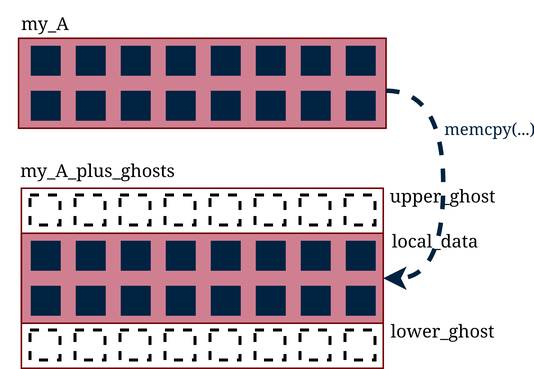
Above: docs/drawings/hpc-proj-A_plus_ghosts.drawio.png in chirichexe/hpc-project (draw.io), before the change. Source tidied: cells renumbered, new cells last; positions are measured from the earlier drawing's top-left corner, leaving out a move shared by most shapes. Its diagram source:
```xml
<mxGraphModel>
  <root>
    <mxCell id="0" />
    <mxCell id="1" parent="0" />
    <mxCell id="2" style="rounded=0;whiteSpace=wrap;html=1;fillColor=#a20025;strokeColor=#6F0000;fontColor=#ffffff;fillOpacity=50;" parent="1" vertex="1">
      <mxGeometry x="13.8" y="155" width="241.2" height="60" as="geometry" />
    </mxCell>
    <mxCell id="3" style="rounded=0;whiteSpace=wrap;html=1;fillColor=#a20025;strokeColor=#6F0000;fontColor=#ffffff;fillOpacity=50;" parent="1" vertex="1">
      <mxGeometry x="11.9" y="25" width="245" height="60" as="geometry" />
    </mxCell>
    <mxCell id="4" style="rounded=0;whiteSpace=wrap;html=1;fillColor=none;strokeColor=#6F0000;fontColor=#ffffff;" parent="1" vertex="1">
      <mxGeometry x="13.8" y="125" width="241.2" height="120" as="geometry" />
    </mxCell>
    <mxCell id="5" style="whiteSpace=wrap;html=1;fillColor=#002341;fontColor=#ffffff;strokeColor=none;" parent="1" vertex="1">
      <mxGeometry x="20" y="30" width="20" height="20" as="geometry" />
    </mxCell>
    <mxCell id="6" style="whiteSpace=wrap;html=1;fillColor=#002341;fontColor=#ffffff;strokeColor=none;" parent="1" vertex="1">
      <mxGeometry x="50" y="30" width="20" height="20" as="geometry" />
    </mxCell>
    <mxCell id="7" style="whiteSpace=wrap;html=1;fillColor=#002341;fontColor=#ffffff;strokeColor=none;" parent="1" vertex="1">
      <mxGeometry x="110" y="30" width="20" height="20" as="geometry" />
    </mxCell>
    <mxCell id="8" style="whiteSpace=wrap;html=1;fillColor=#002341;fontColor=#ffffff;strokeColor=none;" parent="1" vertex="1">
      <mxGeometry x="80" y="30" width="20" height="20" as="geometry" />
    </mxCell>
    <mxCell id="9" style="whiteSpace=wrap;html=1;fillColor=#002341;fontColor=#ffffff;strokeColor=none;" parent="1" vertex="1">
      <mxGeometry x="140" y="30" width="20" height="20" as="geometry" />
    </mxCell>
    <mxCell id="10" style="whiteSpace=wrap;html=1;fillColor=#002341;fontColor=#ffffff;strokeColor=none;" parent="1" vertex="1">
      <mxGeometry x="170" y="30" width="20" height="20" as="geometry" />
    </mxCell>
    <mxCell id="11" style="whiteSpace=wrap;html=1;fillColor=#002341;fontColor=#ffffff;strokeColor=none;" parent="1" vertex="1">
      <mxGeometry x="230" y="30" width="20" height="20" as="geometry" />
    </mxCell>
    <mxCell id="12" style="whiteSpace=wrap;html=1;fillColor=#002341;fontColor=#ffffff;strokeColor=none;" parent="1" vertex="1">
      <mxGeometry x="200" y="30" width="20" height="20" as="geometry" />
    </mxCell>
    <mxCell id="13" style="whiteSpace=wrap;html=1;fillColor=#002341;fontColor=#ffffff;strokeColor=none;" parent="1" vertex="1">
      <mxGeometry x="20" y="60" width="20" height="20" as="geometry" />
    </mxCell>
    <mxCell id="14" style="whiteSpace=wrap;html=1;fillColor=#002341;fontColor=#ffffff;strokeColor=none;" parent="1" vertex="1">
      <mxGeometry x="50" y="60" width="20" height="20" as="geometry" />
    </mxCell>
    <mxCell id="15" style="whiteSpace=wrap;html=1;fillColor=#002341;fontColor=#ffffff;strokeColor=none;" parent="1" vertex="1">
      <mxGeometry x="110" y="60" width="20" height="20" as="geometry" />
    </mxCell>
    <mxCell id="16" style="whiteSpace=wrap;html=1;fillColor=#002341;fontColor=#ffffff;strokeColor=none;" parent="1" vertex="1">
      <mxGeometry x="80" y="60" width="20" height="20" as="geometry" />
    </mxCell>
    <mxCell id="17" style="whiteSpace=wrap;html=1;fillColor=#002341;fontColor=#ffffff;strokeColor=none;" parent="1" vertex="1">
      <mxGeometry x="140" y="60" width="20" height="20" as="geometry" />
    </mxCell>
    <mxCell id="18" style="whiteSpace=wrap;html=1;fillColor=#002341;fontColor=#ffffff;strokeColor=none;" parent="1" vertex="1">
      <mxGeometry x="170" y="60" width="20" height="20" as="geometry" />
    </mxCell>
    <mxCell id="19" style="whiteSpace=wrap;html=1;fillColor=#002341;fontColor=#ffffff;strokeColor=none;" parent="1" vertex="1">
      <mxGeometry x="230" y="60" width="20" height="20" as="geometry" />
    </mxCell>
    <mxCell id="20" style="whiteSpace=wrap;html=1;fillColor=#002341;fontColor=#ffffff;strokeColor=none;" parent="1" vertex="1">
      <mxGeometry x="200" y="60" width="20" height="20" as="geometry" />
    </mxCell>
    <mxCell id="21" style="whiteSpace=wrap;html=1;fillColor=#002341;fontColor=#ffffff;strokeColor=none;" parent="1" vertex="1">
      <mxGeometry x="20" y="160" width="20" height="20" as="geometry" />
    </mxCell>
    <mxCell id="22" style="whiteSpace=wrap;html=1;fillColor=#002341;fontColor=#ffffff;strokeColor=none;" parent="1" vertex="1">
      <mxGeometry x="50" y="160" width="20" height="20" as="geometry" />
    </mxCell>
    <mxCell id="23" style="whiteSpace=wrap;html=1;fillColor=#002341;fontColor=#ffffff;strokeColor=none;" parent="1" vertex="1">
      <mxGeometry x="110" y="160" width="20" height="20" as="geometry" />
    </mxCell>
    <mxCell id="24" style="whiteSpace=wrap;html=1;fillColor=#002341;fontColor=#ffffff;strokeColor=none;" parent="1" vertex="1">
      <mxGeometry x="80" y="160" width="20" height="20" as="geometry" />
    </mxCell>
    <mxCell id="25" style="whiteSpace=wrap;html=1;fillColor=#002341;fontColor=#ffffff;strokeColor=none;" parent="1" vertex="1">
      <mxGeometry x="140" y="160" width="20" height="20" as="geometry" />
    </mxCell>
    <mxCell id="26" style="whiteSpace=wrap;html=1;fillColor=#002341;fontColor=#ffffff;strokeColor=none;" parent="1" vertex="1">
      <mxGeometry x="170" y="160" width="20" height="20" as="geometry" />
    </mxCell>
    <mxCell id="27" style="whiteSpace=wrap;html=1;fillColor=#002341;fontColor=#ffffff;strokeColor=none;" parent="1" vertex="1">
      <mxGeometry x="230" y="160" width="20" height="20" as="geometry" />
    </mxCell>
    <mxCell id="28" style="whiteSpace=wrap;html=1;fillColor=#002341;fontColor=#ffffff;strokeColor=none;" parent="1" vertex="1">
      <mxGeometry x="200" y="160" width="20" height="20" as="geometry" />
    </mxCell>
    <mxCell id="29" style="whiteSpace=wrap;html=1;fillColor=#002341;fontColor=#ffffff;strokeColor=none;" parent="1" vertex="1">
      <mxGeometry x="20" y="190" width="20" height="20" as="geometry" />
    </mxCell>
    <mxCell id="30" style="whiteSpace=wrap;html=1;fillColor=#002341;fontColor=#ffffff;strokeColor=none;" parent="1" vertex="1">
      <mxGeometry x="50" y="190" width="20" height="20" as="geometry" />
    </mxCell>
    <mxCell id="31" style="whiteSpace=wrap;html=1;fillColor=#002341;fontColor=#ffffff;strokeColor=none;" parent="1" vertex="1">
      <mxGeometry x="110" y="190" width="20" height="20" as="geometry" />
    </mxCell>
    <mxCell id="32" style="whiteSpace=wrap;html=1;fillColor=#002341;fontColor=#ffffff;strokeColor=none;" parent="1" vertex="1">
      <mxGeometry x="80" y="190" width="20" height="20" as="geometry" />
    </mxCell>
    <mxCell id="33" style="whiteSpace=wrap;html=1;fillColor=#002341;fontColor=#ffffff;strokeColor=none;" parent="1" vertex="1">
      <mxGeometry x="140" y="190" width="20" height="20" as="geometry" />
    </mxCell>
    <mxCell id="34" style="whiteSpace=wrap;html=1;fillColor=#002341;fontColor=#ffffff;strokeColor=none;" parent="1" vertex="1">
      <mxGeometry x="170" y="190" width="20" height="20" as="geometry" />
    </mxCell>
    <mxCell id="35" style="whiteSpace=wrap;html=1;fillColor=#002341;fontColor=#ffffff;strokeColor=none;" parent="1" vertex="1">
      <mxGeometry x="230" y="190" width="20" height="20" as="geometry" />
    </mxCell>
    <mxCell id="36" style="whiteSpace=wrap;html=1;fillColor=#002341;fontColor=#ffffff;strokeColor=none;" parent="1" vertex="1">
      <mxGeometry x="200" y="190" width="20" height="20" as="geometry" />
    </mxCell>
    <mxCell id="37" style="whiteSpace=wrap;html=1;fillColor=none;fontColor=#ffffff;strokeColor=default;strokeWidth=2;dashed=1;" parent="1" vertex="1">
      <mxGeometry x="20" y="130" width="20" height="20" as="geometry" />
    </mxCell>
    <mxCell id="38" style="whiteSpace=wrap;html=1;fillColor=none;fontColor=#ffffff;strokeColor=default;strokeWidth=2;dashed=1;" parent="1" vertex="1">
      <mxGeometry x="50" y="130" width="20" height="20" as="geometry" />
    </mxCell>
    <mxCell id="39" style="whiteSpace=wrap;html=1;fillColor=none;fontColor=#ffffff;strokeColor=default;strokeWidth=2;dashed=1;" parent="1" vertex="1">
      <mxGeometry x="110" y="130" width="20" height="20" as="geometry" />
    </mxCell>
    <mxCell id="40" style="whiteSpace=wrap;html=1;fillColor=none;fontColor=#ffffff;strokeColor=default;strokeWidth=2;dashed=1;" parent="1" vertex="1">
      <mxGeometry x="80" y="130" width="20" height="20" as="geometry" />
    </mxCell>
    <mxCell id="41" style="whiteSpace=wrap;html=1;fillColor=none;fontColor=#ffffff;strokeColor=default;strokeWidth=2;dashed=1;" parent="1" vertex="1">
      <mxGeometry x="140" y="130" width="20" height="20" as="geometry" />
    </mxCell>
    <mxCell id="42" style="whiteSpace=wrap;html=1;fillColor=none;fontColor=#ffffff;strokeColor=default;strokeWidth=2;dashed=1;" parent="1" vertex="1">
      <mxGeometry x="170" y="130" width="20" height="20" as="geometry" />
    </mxCell>
    <mxCell id="43" style="whiteSpace=wrap;html=1;fillColor=none;fontColor=#ffffff;strokeColor=default;strokeWidth=2;dashed=1;" parent="1" vertex="1">
      <mxGeometry x="230" y="130" width="20" height="20" as="geometry" />
    </mxCell>
    <mxCell id="44" style="whiteSpace=wrap;html=1;fillColor=none;fontColor=#ffffff;strokeColor=default;strokeWidth=2;dashed=1;" parent="1" vertex="1">
      <mxGeometry x="200" y="130" width="20" height="20" as="geometry" />
    </mxCell>
    <mxCell id="45" style="whiteSpace=wrap;html=1;fillColor=none;fontColor=#ffffff;strokeColor=default;strokeWidth=2;dashed=1;" parent="1" vertex="1">
      <mxGeometry x="20" y="220" width="20" height="20" as="geometry" />
    </mxCell>
    <mxCell id="46" style="whiteSpace=wrap;html=1;fillColor=none;fontColor=#ffffff;strokeColor=default;strokeWidth=2;dashed=1;" parent="1" vertex="1">
      <mxGeometry x="50" y="220" width="20" height="20" as="geometry" />
    </mxCell>
    <mxCell id="47" style="whiteSpace=wrap;html=1;fillColor=none;fontColor=#ffffff;strokeColor=default;strokeWidth=2;dashed=1;" parent="1" vertex="1">
      <mxGeometry x="110" y="220" width="20" height="20" as="geometry" />
    </mxCell>
    <mxCell id="48" style="whiteSpace=wrap;html=1;fillColor=none;fontColor=#ffffff;strokeColor=default;strokeWidth=2;dashed=1;" parent="1" vertex="1">
      <mxGeometry x="80" y="220" width="20" height="20" as="geometry" />
    </mxCell>
    <mxCell id="49" style="whiteSpace=wrap;html=1;fillColor=none;fontColor=#ffffff;strokeColor=default;strokeWidth=2;dashed=1;" parent="1" vertex="1">
      <mxGeometry x="140" y="220" width="20" height="20" as="geometry" />
    </mxCell>
    <mxCell id="50" style="whiteSpace=wrap;html=1;fillColor=none;fontColor=#ffffff;strokeColor=default;strokeWidth=2;dashed=1;" parent="1" vertex="1">
      <mxGeometry x="170" y="220" width="20" height="20" as="geometry" />
    </mxCell>
    <mxCell id="51" style="whiteSpace=wrap;html=1;fillColor=none;fontColor=#ffffff;strokeColor=default;strokeWidth=2;dashed=1;" parent="1" vertex="1">
      <mxGeometry x="230" y="220" width="20" height="20" as="geometry" />
    </mxCell>
    <mxCell id="52" style="whiteSpace=wrap;html=1;fillColor=none;fontColor=#ffffff;strokeColor=default;strokeWidth=2;dashed=1;" parent="1" vertex="1">
      <mxGeometry x="200" y="220" width="20" height="20" as="geometry" />
    </mxCell>
    <mxCell id="53" value="upper_ghost" style="text;html=1;whiteSpace=wrap;strokeColor=none;fillColor=none;align=center;verticalAlign=middle;rounded=0;fontFamily=Courier New;" parent="1" vertex="1">
      <mxGeometry x="255" y="115" width="80" height="30" as="geometry" />
    </mxCell>
    <mxCell id="54" value="lower_ghost" style="text;html=1;whiteSpace=wrap;strokeColor=none;fillColor=none;align=center;verticalAlign=middle;rounded=0;fontFamily=Courier New;" parent="1" vertex="1">
      <mxGeometry x="255" y="205" width="80" height="30" as="geometry" />
    </mxCell>
    <mxCell id="55" value="&lt;span style=&quot;color: light-dark(rgb(0, 0, 0), rgb(153, 0, 0));&quot;&gt;my_A&lt;/span&gt;" style="text;html=1;whiteSpace=wrap;strokeColor=none;fillColor=none;align=center;verticalAlign=middle;rounded=0;" parent="1" vertex="1">
      <mxGeometry width="60" height="30" as="geometry" />
    </mxCell>
    <mxCell id="56" value="&lt;span style=&quot;color: light-dark(rgb(0, 0, 0), rgb(153, 0, 0));&quot;&gt;my_A_plus_ghosts&lt;/span&gt;" style="text;html=1;whiteSpace=wrap;strokeColor=none;fillColor=none;align=center;verticalAlign=middle;rounded=0;" parent="1" vertex="1">
      <mxGeometry x="10" y="95" width="110" height="35" as="geometry" />
    </mxCell>
    <mxCell id="57" value="local_data" style="text;html=1;whiteSpace=wrap;strokeColor=none;fillColor=none;align=center;verticalAlign=middle;rounded=0;fontFamily=Courier New;" parent="1" vertex="1">
      <mxGeometry x="255" y="145" width="70" height="30" as="geometry" />
    </mxCell>
    <mxCell id="58" style="edgeStyle=orthogonalEdgeStyle;rounded=0;orthogonalLoop=1;jettySize=auto;html=1;exitX=0.5;exitY=1;exitDx=0;exitDy=0;" parent="1" edge="1" source="57" target="57">
      <mxGeometry relative="1" as="geometry" />
    </mxCell>
    <mxCell id="59" style="endArrow=classic;html=1;rounded=0;entryX=1;entryY=0.5;entryDx=0;entryDy=0;edgeStyle=orthogonalEdgeStyle;curved=1;strokeWidth=3;fillColor=#fff2cc;strokeColor=#002341;gradientColor=#ffd966;dashed=1;" parent="1" edge="1" target="4">
      <mxGeometry relative="1" as="geometry">
        <mxPoint x="256.9" y="60" as="sourcePoint" />
        <Array as="points">
          <mxPoint x="295" y="60" />
          <mxPoint x="295" y="185" />
        </Array>
      </mxGeometry>
    </mxCell>
    <mxCell id="60" value="&lt;span style=&quot;color: rgb(0, 35, 65);&quot;&gt;memcpy(...)&lt;/span&gt;" style="edgeLabel;html=1;align=center;verticalAlign=middle;" parent="59" vertex="1">
      <mxGeometry x="-0.28" y="-5" relative="1" as="geometry">
        <mxPoint x="35" y="-10" as="offset" />
      </mxGeometry>
    </mxCell>
  </root>
</mxGraphModel>
```
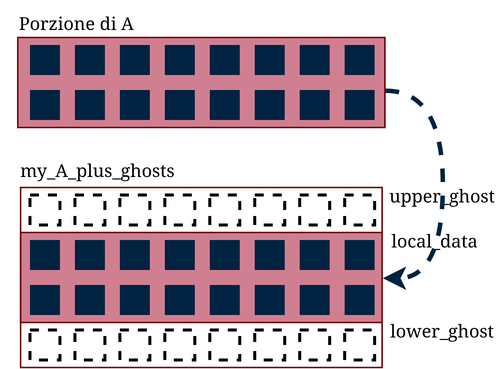
The same file after the commit.

Change to the diagram source:
```diff
@@ -161,8 +161,8 @@
     <mxCell id="54" value="lower_ghost" style="text;html=1;whiteSpace=wrap;strokeColor=none;fillColor=none;align=center;verticalAlign=middle;rounded=0;fontFamily=Courier New;" parent="1" vertex="1">
       <mxGeometry x="255" y="205" width="80" height="30" as="geometry" />
     </mxCell>
-    <mxCell id="55" value="&lt;span style=&quot;color: light-dark(rgb(0, 0, 0), rgb(153, 0, 0));&quot;&gt;my_A&lt;/span&gt;" style="text;html=1;whiteSpace=wrap;strokeColor=none;fillColor=none;align=center;verticalAlign=middle;rounded=0;" parent="1" vertex="1">
-      <mxGeometry width="60" height="30" as="geometry" />
+    <mxCell id="55" value="Porzione di A&amp;nbsp;" style="text;html=1;whiteSpace=wrap;strokeColor=none;fillColor=none;align=center;verticalAlign=middle;rounded=0;" parent="1" vertex="1">
+      <mxGeometry width="105" height="30" as="geometry" />
     </mxCell>
     <mxCell id="56" value="&lt;span style=&quot;color: light-dark(rgb(0, 0, 0), rgb(153, 0, 0));&quot;&gt;my_A_plus_ghosts&lt;/span&gt;" style="text;html=1;whiteSpace=wrap;strokeColor=none;fillColor=none;align=center;verticalAlign=middle;rounded=0;" parent="1" vertex="1">
       <mxGeometry x="10" y="95" width="110" height="35" as="geometry" />
@@ -182,10 +182,5 @@
         </Array>
       </mxGeometry>
     </mxCell>
-    <mxCell id="60" value="&lt;span style=&quot;color: rgb(0, 35, 65);&quot;&gt;memcpy(...)&lt;/span&gt;" style="edgeLabel;html=1;align=center;verticalAlign=middle;" parent="59" vertex="1">
-      <mxGeometry x="-0.28" y="-5" relative="1" as="geometry">
-        <mxPoint x="35" y="-10" as="offset" />
-      </mxGeometry>
-    </mxCell>
   </root>
 </mxGraphModel>
```
